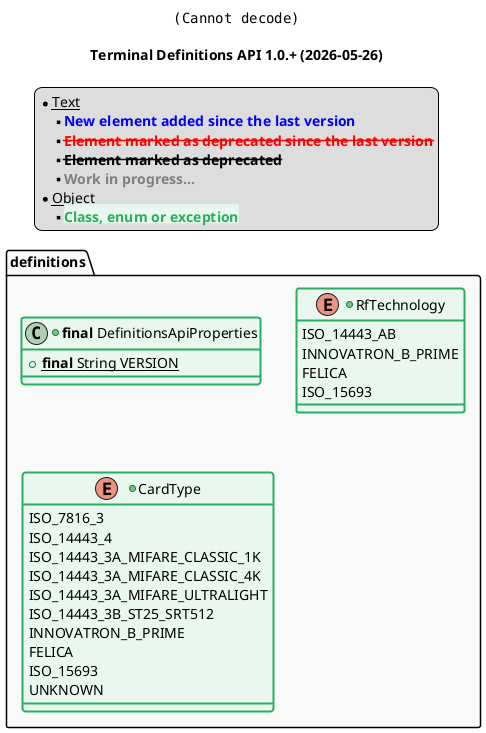
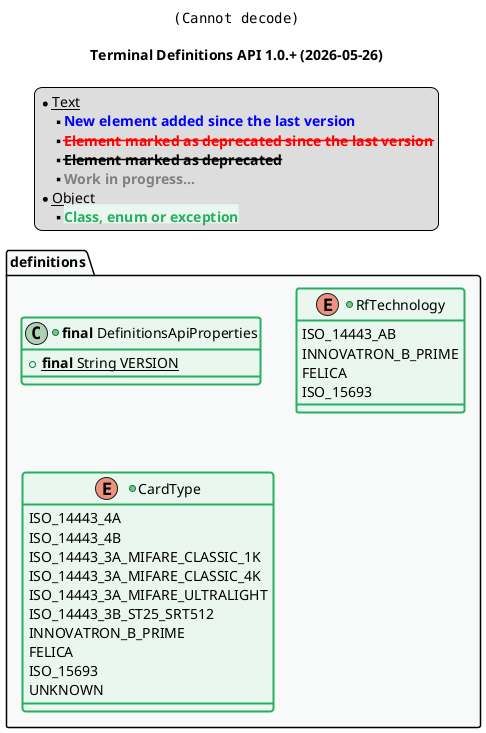
@startuml
title
    <img:../assets/logo.svg{scale=0.2}>

    Terminal Definitions API 1.0.+ (2026-05-26)
end title

' == THEME ==

'Couleurs issues de : https://htmlcolorcodes.com/fr/tableau-de-couleur/tableau-de-couleur-design-plat/
!define C_GREY1 F8F9F9
!define C_GREY2 F2F3F4
!define C_GREY3 E5E7E9
!define C_GREY4 D7DBDD
!define C_GREY5 CACFD2
!define C_GREY6 BDC3C7
!define C_LINK 3498DB
!define C_USE 27AE60
!define C_THROW 2C3E50

' -- Styles that don't work with new version of plantuml --
skinparam stereotypeABorderColor #A9DCDF
skinparam stereotypeIBorderColor #B4A7E5
skinparam stereotypeCBorderColor #ADD1B2
skinparam stereotypeEBorderColor #EB93DF
' -- END --

skinparam ClassBorderThickness 2
skinparam ArrowThickness 2

' Yellow
skinparam ClassBackgroundColor #FEFECE
skinparam ClassBorderColor #D4AC0D
' Red
skinparam ClassBackgroundColor<<red>> #FDEDEC
skinparam ClassBorderColor<<red>> #E74C3C
hide <<red>> stereotype
' Purple
skinparam ClassBackgroundColor<<purple>> #F4ECF7
skinparam ClassBorderColor<<purple>> #8E44AD
hide <<purple>> stereotype
' blue
skinparam ClassBackgroundColor<<blue>> #EBF5FB
skinparam ClassBorderColor<<blue>> #3498DB
hide <<blue>> stereotype
' Green
skinparam ClassBackgroundColor<<green>> #E9F7EF
skinparam ClassBorderColor<<green>> #27AE60
hide <<green>> stereotype
' Grey
skinparam ClassBackgroundColor<<grey>> #EAECEE
skinparam ClassBorderColor<<grey>> #2C3E50
hide <<grey>> stereotype

' == CONTENT ==

legend top
    * __Text__
    *** <color:blue><b>New element added since the last version
    *** <color:red><s><b>Element marked as deprecated since the last version
    *** <s><b>Element marked as deprecated
    *** <color:grey><b>Work in progress...
    * __Object__
    *** <back:#E9F7EF><color:#27AE60><b>Class, enum or exception
end legend

package "definitions" as api {

+class "**final** DefinitionsApiProperties" as ApiProperties <<green>> {
    +{static} **final** String VERSION
}
+enum "RfTechnology" as RfTechnology <<green>> {
    ISO_14443_AB
    INNOVATRON_B_PRIME
    FELICA
    ISO_15693
}
+enum "CardType" as CardType <<green>> {
-     ISO_7816_3
-     ISO_14443_4
+     ISO_14443_4A
+     ISO_14443_4B
    ISO_14443_3A_MIFARE_CLASSIC_1K
    ISO_14443_3A_MIFARE_CLASSIC_4K
    ISO_14443_3A_MIFARE_ULTRALIGHT
    ISO_14443_3B_ST25_SRT512
    INNOVATRON_B_PRIME
    FELICA
    ISO_15693
    UNKNOWN
}
}

' Associations

' == LAYOUT ==

' == STYLE ==

package api #C_GREY1 {}

@enduml